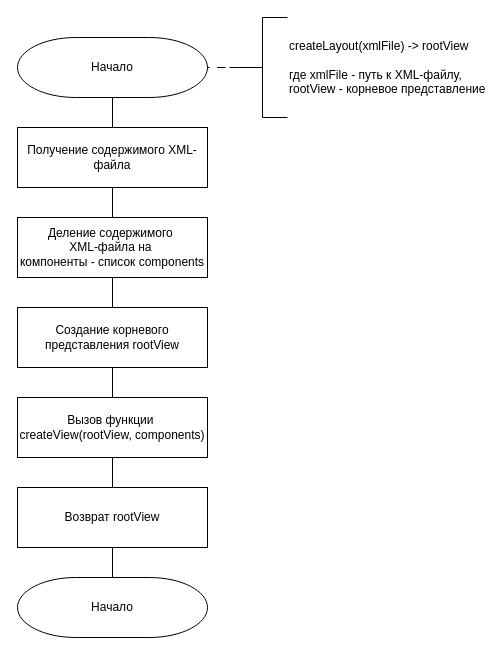
poliorang/bachelors_diploma_bmstu keeps this draw.io diagram as page "createLayout" (1 of 2) of rpz/diploma/shemas/shemas.drawio. Above is the earlier version. Source tidied: cells renumbered, new cells numbered last; positions are measured from the earlier drawing's top-left corner, leaving out a move shared by most shapes. Both pictures are drawn from the tidied source at 100%, with x=0, y=0 at pixel (17, 17).
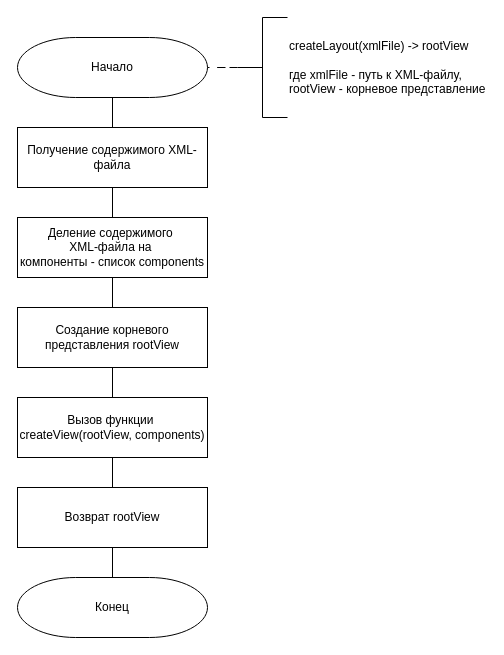
The same page after the edit.

Diff of the diagram source:
```diff
@@
 <mxGraphModel>
   <root>
     <mxCell id="0" />
     <mxCell id="1" parent="0" />
     <mxCell id="2" style="edgeStyle=orthogonalEdgeStyle;rounded=0;jettySize=auto;html=1;exitX=0.5;exitY=1;exitDx=0;exitDy=0;exitPerimeter=0;entryX=0.5;entryY=0;entryDx=0;entryDy=0;endArrow=none;endFill=0;" parent="1" edge="1" source="3" target="5">
       <mxGeometry relative="1" as="geometry" />
     </mxCell>
     <mxCell id="3" value="Начало" style="strokeWidth=1;html=1;shape=mxgraph.flowchart.terminator;whiteSpace=wrap;rounded=0;" parent="1" vertex="1">
       <mxGeometry y="20" width="190" height="60" as="geometry" />
     </mxCell>
     <mxCell id="4" style="edgeStyle=orthogonalEdgeStyle;rounded=0;jettySize=auto;html=1;exitX=0.5;exitY=1;exitDx=0;exitDy=0;endArrow=none;endFill=0;" parent="1" edge="1" source="5" target="9">
       <mxGeometry relative="1" as="geometry" />
     </mxCell>
     <mxCell id="5" value="Получение содержимого XML-файла" style="rounded=0;whiteSpace=wrap;html=1;" parent="1" vertex="1">
       <mxGeometry y="110" width="190" height="60" as="geometry" />
     </mxCell>
     <mxCell id="6" value="createLayout(xmlFile) -&amp;gt; rootView&lt;div&gt;&lt;br&gt;&lt;/div&gt;&lt;div&gt;где xmlFile - путь к XML-файлу,&lt;/div&gt;&lt;div&gt;rootView - корневое представление&lt;/div&gt;" style="strokeWidth=1;html=1;shape=mxgraph.flowchart.annotation_2;align=left;labelPosition=right;rounded=0;" parent="1" vertex="1">
       <mxGeometry x="220" width="50" height="100" as="geometry" />
     </mxCell>
     <mxCell id="7" style="edgeStyle=orthogonalEdgeStyle;rounded=0;jettySize=auto;html=1;entryX=1;entryY=0.5;entryDx=0;entryDy=0;entryPerimeter=0;endArrow=none;endFill=0;dashed=1;dashPattern=8 8;" parent="1" edge="1" source="6" target="3">
       <mxGeometry relative="1" as="geometry" />
     </mxCell>
     <mxCell id="8" style="edgeStyle=orthogonalEdgeStyle;rounded=0;jettySize=auto;html=1;exitX=0.5;exitY=1;exitDx=0;exitDy=0;entryX=0.5;entryY=0;entryDx=0;entryDy=0;endArrow=none;endFill=0;" parent="1" edge="1" source="9" target="11">
       <mxGeometry relative="1" as="geometry" />
     </mxCell>
     <mxCell id="9" value="Деление содержимого&amp;nbsp;&lt;div&gt;XML-файла на&amp;nbsp;&lt;/div&gt;&lt;div&gt;компоненты - список components&lt;/div&gt;" style="rounded=0;whiteSpace=wrap;html=1;" parent="1" vertex="1">
       <mxGeometry y="200" width="190" height="60" as="geometry" />
     </mxCell>
     <mxCell id="10" style="edgeStyle=orthogonalEdgeStyle;jettySize=auto;html=1;exitX=0.5;exitY=1;exitDx=0;exitDy=0;entryX=0.5;entryY=0;entryDx=0;entryDy=0;endArrow=none;endFill=0;" parent="1" edge="1" source="11" target="13">
       <mxGeometry relative="1" as="geometry" />
     </mxCell>
     <mxCell id="11" value="Создание корневого представления rootView" style="rounded=0;whiteSpace=wrap;html=1;" parent="1" vertex="1">
       <mxGeometry y="290" width="190" height="60" as="geometry" />
     </mxCell>
-    <mxCell id="12" value="Начало" style="strokeWidth=1;html=1;shape=mxgraph.flowchart.terminator;whiteSpace=wrap;rounded=0;" parent="1" vertex="1">
+    <mxCell id="12" value="Конец" style="strokeWidth=1;html=1;shape=mxgraph.flowchart.terminator;whiteSpace=wrap;rounded=0;" parent="1" vertex="1">
       <mxGeometry y="560" width="190" height="60" as="geometry" />
     </mxCell>
     <mxCell id="13" value="Вызов функции&amp;nbsp;&lt;div&gt;&lt;span style=&quot;text-align: left; white-space: nowrap;&quot;&gt;createView(&lt;/span&gt;rootView, components)&lt;/div&gt;" style="rounded=0;whiteSpace=wrap;html=1;" parent="1" vertex="1">
       <mxGeometry y="380" width="190" height="60" as="geometry" />
     </mxCell>
     <mxCell id="14" style="edgeStyle=orthogonalEdgeStyle;jettySize=auto;html=1;exitX=0.5;exitY=1;exitDx=0;exitDy=0;entryX=0.5;entryY=0;entryDx=0;entryDy=0;entryPerimeter=0;endArrow=none;endFill=0;" parent="1" edge="1" source="13" target="12">
       <mxGeometry relative="1" as="geometry" />
     </mxCell>
     <mxCell id="15" value="Возврат rootView" style="rounded=0;whiteSpace=wrap;html=1;" parent="1" vertex="1">
       <mxGeometry y="470" width="190" height="60" as="geometry" />
     </mxCell>
   </root>
 </mxGraphModel>
```
